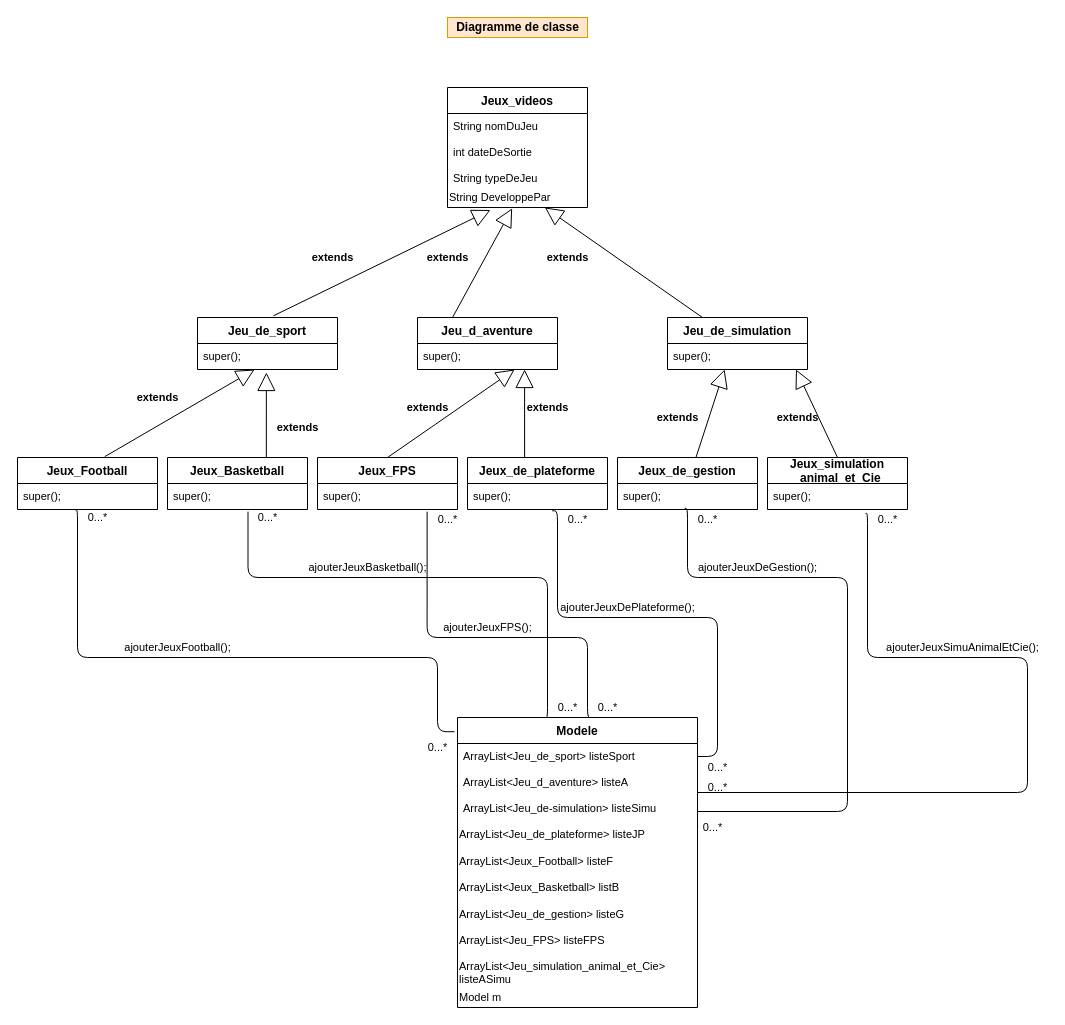
This is page "Page-6" (4 of 5) of IHM (3).drawio from steven-azar/IHM, a draw.io file, before an edit. Source tidied: cells renumbered, new cells numbered last; positions are measured from the earlier drawing's top-left corner, leaving out a move shared by most shapes. Both pictures are drawn from the tidied source at 100%, with x=0, y=0 at pixel (17, 17).
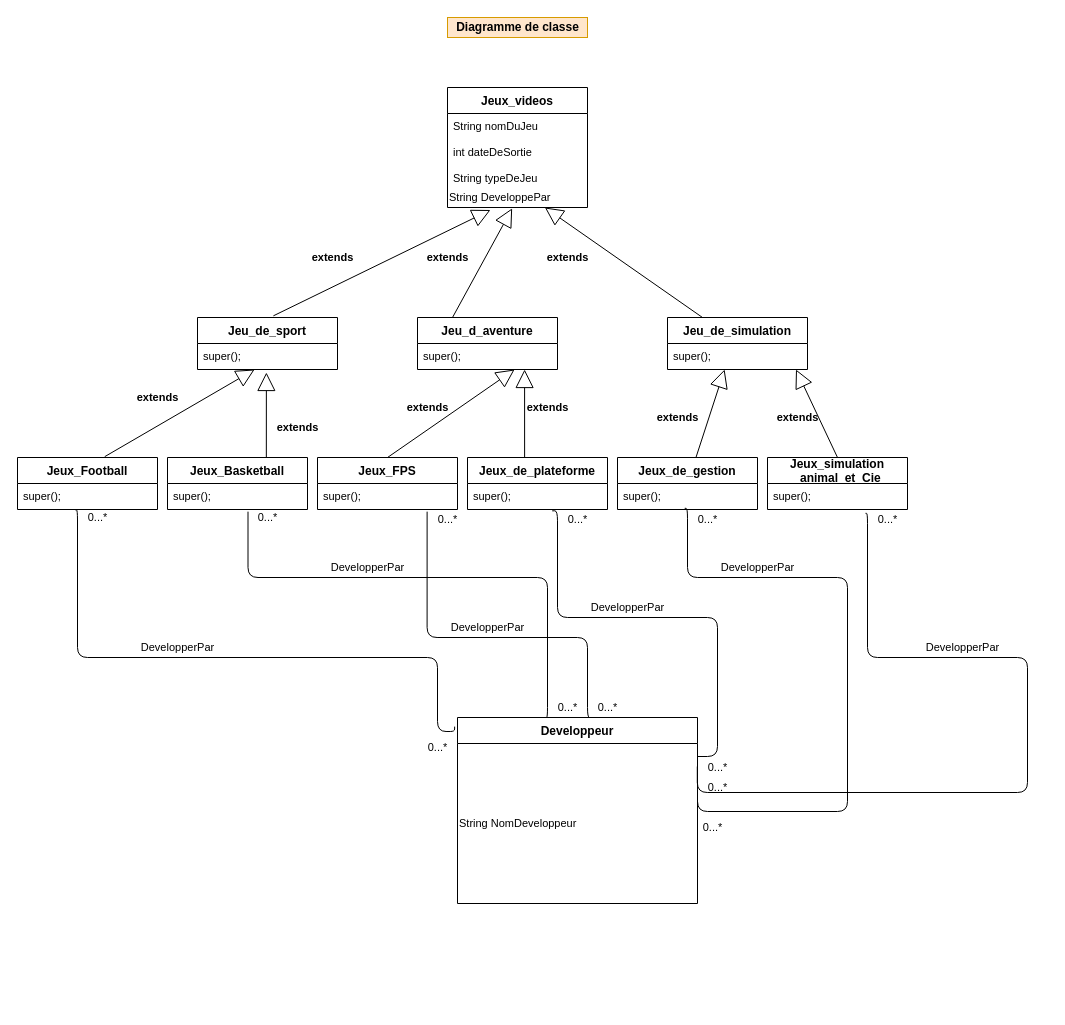
After the change.

Unchanged cells that the change refers to:
```xml
<mxCell id="30" value="super();" style="text;strokeColor=none;fillColor=none;align=left;verticalAlign=top;spacingLeft=4;spacingRight=4;overflow=hidden;points=[[0,0.5],[1,0.5]];portConstraint=eastwest;fontSize=11;" parent="29" vertex="1">
  <mxGeometry y="26" width="140" height="26" as="geometry" />
</mxCell>
<mxCell id="32" value="super();" style="text;strokeColor=none;fillColor=none;align=left;verticalAlign=top;spacingLeft=4;spacingRight=4;overflow=hidden;points=[[0,0.5],[1,0.5]];portConstraint=eastwest;fontSize=11;" parent="31" vertex="1">
  <mxGeometry y="26" width="140" height="26" as="geometry" />
</mxCell>
<mxCell id="34" value="super();" style="text;strokeColor=none;fillColor=none;align=left;verticalAlign=top;spacingLeft=4;spacingRight=4;overflow=hidden;points=[[0,0.5],[1,0.5]];portConstraint=eastwest;fontSize=11;" parent="33" vertex="1">
  <mxGeometry y="26" width="140" height="26" as="geometry" />
</mxCell>
```

The edit, as a diff of the source:
```diff
@@
-    <mxCell id="17" value="Modele" style="swimlane;fontStyle=1;horizontal=1;startSize=26;fillColor=none;fontSize=12;align=center;" parent="1" vertex="1">
-      <mxGeometry x="440" y="700" width="240" height="290" as="geometry" />
+    <mxCell id="17" value="Developpeur" style="swimlane;fontStyle=1;horizontal=1;startSize=26;fillColor=none;fontSize=12;align=center;" parent="1" vertex="1">
+      <mxGeometry x="440" y="700" width="240" height="186" as="geometry" />
     </mxCell>
-    <mxCell id="18" value="ArrayList&lt;Jeu_de_sport&gt; listeSport" style="text;strokeColor=none;fillColor=none;align=left;verticalAlign=top;spacingLeft=4;spacingRight=4;overflow=hidden;points=[[0,0.5],[1,0.5]];portConstraint=eastwest;fontSize=11;" parent="17" vertex="1">
-      <mxGeometry y="26" width="240" height="26" as="geometry" />
-    </mxCell>
-    <mxCell id="19" value="ArrayList&lt;Jeu_d_aventure&gt; listeA" style="text;strokeColor=none;fillColor=none;align=left;verticalAlign=top;spacingLeft=4;spacingRight=4;overflow=hidden;points=[[0,0.5],[1,0.5]];portConstraint=eastwest;fontSize=11;" parent="17" vertex="1">
-      <mxGeometry y="52" width="240" height="26" as="geometry" />
-    </mxCell>
-    <mxCell id="20" value="ArrayList&lt;Jeu_de-simulation&gt; listeSimu" style="text;strokeColor=none;fillColor=none;align=left;verticalAlign=top;spacingLeft=4;spacingRight=4;overflow=hidden;points=[[0,0.5],[1,0.5]];portConstraint=eastwest;fontSize=11;" parent="17" vertex="1">
-      <mxGeometry y="78" width="240" height="32" as="geometry" />
-    </mxCell>
-    <mxCell id="21" value="ArrayList&amp;lt;Jeu_de_plateforme&amp;gt; listeJP&lt;br&gt;&lt;br&gt;ArrayList&amp;lt;Jeux_Football&amp;gt; listeF&lt;br&gt;&lt;br&gt;ArrayList&amp;lt;Jeux_Basketball&amp;gt; listB&lt;br&gt;&lt;br&gt;ArrayList&amp;lt;Jeu_de_gestion&amp;gt; listeG&lt;br&gt;&lt;br&gt;ArrayList&amp;lt;Jeu_FPS&amp;gt; listeFPS&lt;br&gt;&lt;br&gt;ArrayList&amp;lt;Jeu_simulation_animal_et_Cie&amp;gt; listeASimu" style="text;html=1;strokeColor=none;fillColor=none;align=left;verticalAlign=middle;whiteSpace=wrap;rounded=0;fontSize=11;" parent="17" vertex="1">
-      <mxGeometry y="110" width="240" height="160" as="geometry" />
+    <mxCell id="21" value="String NomDeveloppeur" style="text;html=1;strokeColor=none;fillColor=none;align=left;verticalAlign=middle;whiteSpace=wrap;rounded=0;fontSize=11;" parent="17" vertex="1">
+      <mxGeometry y="26" width="240" height="160" as="geometry" />
     </mxCell>
-    <mxCell id="22" value="Model m" style="text;html=1;align=left;verticalAlign=middle;fontSize=11;" parent="17" vertex="1">
-      <mxGeometry y="270" width="240" height="20" as="geometry" />
-    </mxCell>
@@
-    <mxCell id="42" value="ajouterJeuxFootball();" style="text;html=1;align=center;verticalAlign=middle;fontSize=11;" parent="1" vertex="1">
-      <mxGeometry x="100" y="620" width="120" height="20" as="geometry" />
+    <mxCell id="42" value="DevelopperPar" style="text;html=1;align=center;verticalAlign=middle;fontSize=11;" parent="1" vertex="1">
+      <mxGeometry x="115" y="620" width="90" height="20" as="geometry" />
     </mxCell>
@@
-    <mxCell id="46" value="ajouterJeuxBasketball();" style="text;html=1;align=center;verticalAlign=middle;fontSize=11;" parent="1" vertex="1">
-      <mxGeometry x="285" y="540" width="130" height="20" as="geometry" />
+    <mxCell id="46" value="DevelopperPar" style="text;html=1;align=center;verticalAlign=middle;fontSize=11;" parent="1" vertex="1">
+      <mxGeometry x="305" y="540" width="90" height="20" as="geometry" />
     </mxCell>
@@
-    <mxCell id="50" value="ajouterJeuxFPS();" style="text;html=1;align=center;verticalAlign=middle;fontSize=11;" parent="1" vertex="1">
-      <mxGeometry x="420" y="600" width="100" height="20" as="geometry" />
+    <mxCell id="50" value="DevelopperPar" style="text;html=1;align=center;verticalAlign=middle;fontSize=11;" parent="1" vertex="1">
+      <mxGeometry x="425" y="600" width="90" height="20" as="geometry" />
     </mxCell>
@@
-    <mxCell id="53" style="endArrow=none;html=1;edgeStyle=orthogonalEdgeStyle;fontSize=11;exitX=0.605;exitY=1.051;exitDx=0;exitDy=0;exitPerimeter=0;" parent="1" edge="1" source="30" target="18">
+    <mxCell id="53" style="endArrow=none;html=1;edgeStyle=orthogonalEdgeStyle;fontSize=11;exitX=0.605;exitY=1.051;exitDx=0;exitDy=0;exitPerimeter=0;" parent="1" edge="1" source="30">
       <mxGeometry relative="1" as="geometry">
+        <mxPoint x="680" y="739" as="targetPoint" />
         <Array as="points">
           <mxPoint x="540" y="493" />
           <mxPoint x="540" y="600" />
           <mxPoint x="700" y="600" />
           <mxPoint x="700" y="739" />
         </Array>
       </mxGeometry>
     </mxCell>
-    <mxCell id="54" value="ajouterJeuxDePlateforme();" style="text;html=1;align=center;verticalAlign=middle;fontSize=11;" parent="1" vertex="1">
-      <mxGeometry x="535" y="580" width="150" height="20" as="geometry" />
+    <mxCell id="54" value="DevelopperPar" style="text;html=1;align=center;verticalAlign=middle;fontSize=11;" parent="1" vertex="1">
+      <mxGeometry x="565" y="580" width="90" height="20" as="geometry" />
     </mxCell>
@@
-    <mxCell id="57" style="endArrow=none;html=1;edgeStyle=orthogonalEdgeStyle;fontSize=11;exitX=0.48;exitY=0.955;exitDx=0;exitDy=0;exitPerimeter=0;entryX=1;entryY=0.5;entryDx=0;entryDy=0;" parent="1" edge="1" source="32" target="20">
+    <mxCell id="57" style="endArrow=none;html=1;edgeStyle=orthogonalEdgeStyle;fontSize=11;exitX=0.48;exitY=0.955;exitDx=0;exitDy=0;exitPerimeter=0;entryX=1;entryY=0.5;entryDx=0;entryDy=0;" parent="1" edge="1" source="32">
       <mxGeometry relative="1" as="geometry">
+        <mxPoint x="680" y="768" as="targetPoint" />
         <Array as="points">
           <mxPoint x="670" y="491" />
           <mxPoint x="670" y="560" />
           <mxPoint x="830" y="560" />
           <mxPoint x="830" y="794" />
         </Array>
       </mxGeometry>
     </mxCell>
-    <mxCell id="58" value="ajouterJeuxDeGestion();" style="text;html=1;align=center;verticalAlign=middle;fontSize=11;" parent="1" vertex="1">
-      <mxGeometry x="675" y="540" width="130" height="20" as="geometry" />
+    <mxCell id="58" value="DevelopperPar" style="text;html=1;align=center;verticalAlign=middle;fontSize=11;" parent="1" vertex="1">
+      <mxGeometry x="695" y="540" width="90" height="20" as="geometry" />
     </mxCell>
@@
-    <mxCell id="61" style="endArrow=none;html=1;edgeStyle=orthogonalEdgeStyle;fontSize=11;exitX=0.7;exitY=1.147;exitDx=0;exitDy=0;exitPerimeter=0;entryX=0.999;entryY=0.885;entryDx=0;entryDy=0;entryPerimeter=0;" parent="1" edge="1" source="34" target="19">
+    <mxCell id="61" style="endArrow=none;html=1;edgeStyle=orthogonalEdgeStyle;fontSize=11;exitX=0.7;exitY=1.147;exitDx=0;exitDy=0;exitPerimeter=0;entryX=0.999;entryY=0.885;entryDx=0;entryDy=0;entryPerimeter=0;" parent="1" edge="1" source="34">
       <mxGeometry relative="1" as="geometry">
+        <mxPoint x="679.8" y="749" as="targetPoint" />
         <Array as="points">
           <mxPoint x="850" y="496" />
           <mxPoint x="850" y="640" />
           <mxPoint x="1010" y="640" />
           <mxPoint x="1010" y="775" />
         </Array>
       </mxGeometry>
     </mxCell>
-    <mxCell id="62" value="ajouterJeuxSimuAnimalEtCie();" style="text;html=1;align=center;verticalAlign=middle;fontSize=11;" parent="1" vertex="1">
-      <mxGeometry x="860" y="620" width="170" height="20" as="geometry" />
+    <mxCell id="62" value="DevelopperPar" style="text;html=1;align=center;verticalAlign=middle;fontSize=11;" parent="1" vertex="1">
+      <mxGeometry x="900" y="620" width="90" height="20" as="geometry" />
     </mxCell>
```
